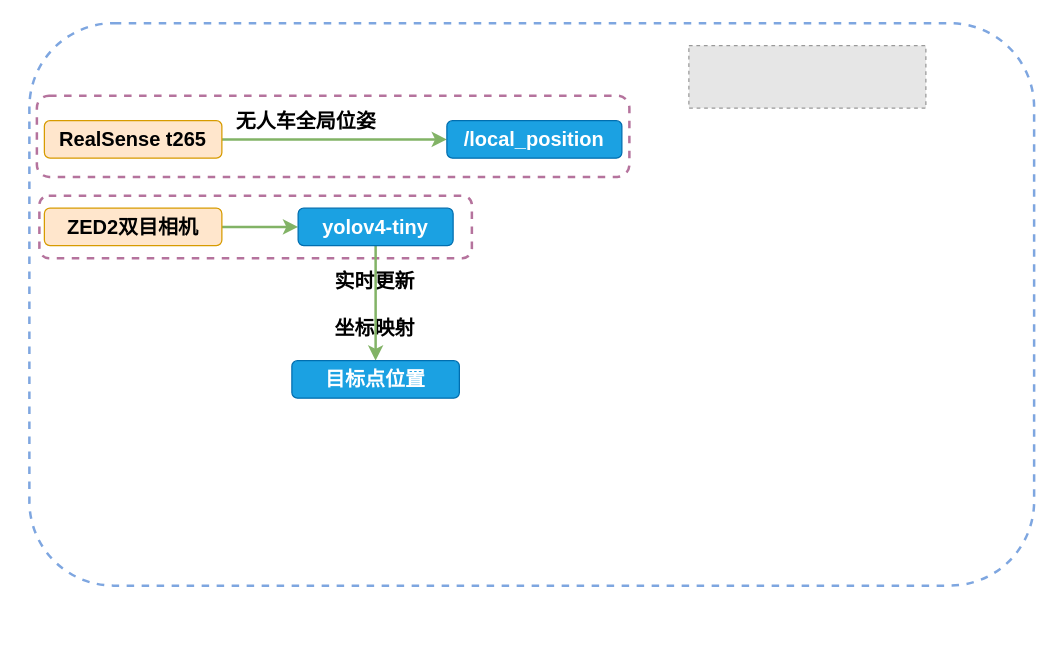
The draw.io diagram DIP.drawio in Dem-phi/Everlasting-HA.github.io, before the edit. Source tidied: cells renumbered, new cells numbered last; positions are measured from the earlier drawing's top-left corner, leaving out a move shared by most shapes. Both pictures are drawn from the tidied source at 125%, with x=0, y=0 at pixel (29, 22). Pictures stored in the file or linked from it are replaced by grey dashed boxes.
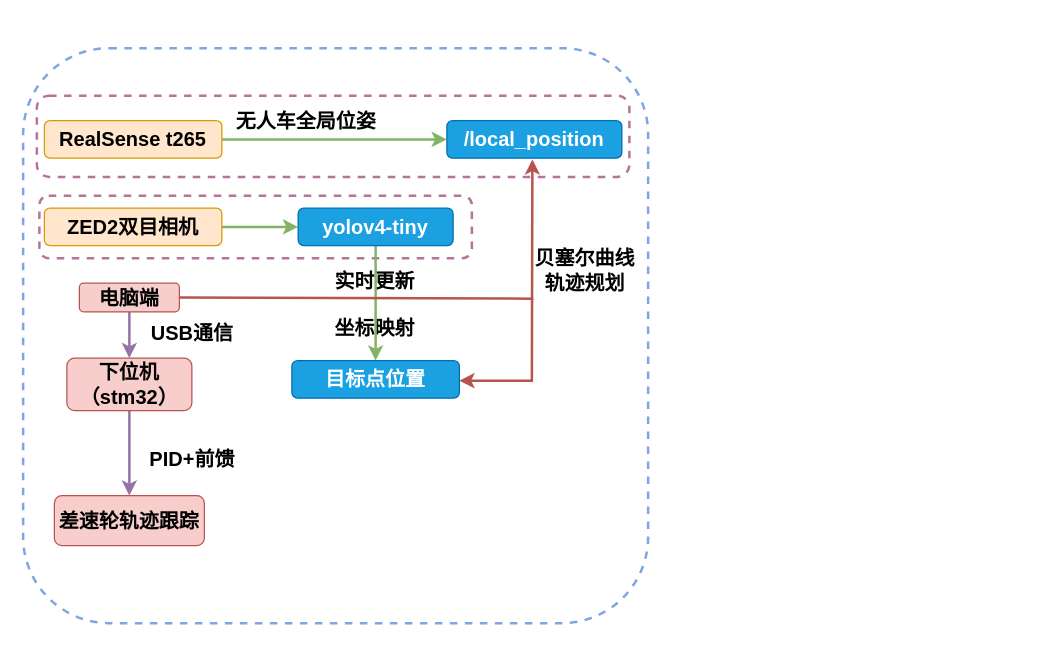
After the change.

The edit, as a diff of the source:
```diff
@@
     <mxCell id="2" style="rounded=1;whiteSpace=wrap;html=1;fontSize=16;fontColor=#FFFFFF;fillColor=none;gradientColor=#ffffff;dashed=1;strokeWidth=2;strokeColor=#7EA6E0;" parent="1" vertex="1">
-      <mxGeometry width="803.8" height="450" as="geometry" />
+      <mxGeometry x="-5" y="20" width="500" height="460" as="geometry" />
     </mxCell>
@@
-    <mxCell id="5" style="fillColor=#E6E6E6;strokeColor=#999999;dashed=1;verticalLabelPosition=bottom;labelBackgroundColor=default;verticalAlign=top;" parent="1" vertex="1">
-      <mxGeometry x="527.6" y="18" width="189.6" height="50" as="geometry" />
-    </mxCell>
@@
+    <mxCell id="16" style="edgeStyle=orthogonalEdgeStyle;rounded=0;jettySize=auto;html=1;strokeWidth=2;fillColor=#e1d5e7;strokeColor=#9673a6;" parent="1" edge="1" source="17" target="18">
+      <mxGeometry relative="1" as="geometry" />
+    </mxCell>
+    <mxCell id="17" value="下位机（stm32）" style="rounded=1;whiteSpace=wrap;html=1;fillColor=#f8cecc;strokeColor=#b85450;horizontal=1;fontSize=16;fontStyle=1;" parent="1" vertex="1">
+      <mxGeometry x="30" y="268" width="100" height="42" as="geometry" />
+    </mxCell>
+    <mxCell id="18" value="差速轮轨迹跟踪" style="rounded=1;whiteSpace=wrap;html=1;fillColor=#f8cecc;strokeColor=#b85450;horizontal=1;fontSize=16;fontStyle=1;" parent="1" vertex="1">
+      <mxGeometry x="20" y="378" width="120" height="40" as="geometry" />
+    </mxCell>
+    <mxCell id="19" value="&lt;b style=&quot;font-size: 16px&quot;&gt;PID+前馈&lt;/b&gt;" style="text;html=1;align=center;verticalAlign=middle;fillColor=none;strokeColor=none;rounded=0;fontSize=16;" parent="1" vertex="1">
+      <mxGeometry x="90" y="339" width="80" height="20" as="geometry" />
+    </mxCell>
+    <mxCell id="20" style="endArrow=classic;startArrow=classic;html=1;rounded=0;strokeWidth=2;entryX=0.579;entryY=1.02;entryDx=0;entryDy=0;entryPerimeter=0;fillColor=#f8cecc;strokeColor=#b85450;exitX=1;exitY=0.5;exitDx=0;exitDy=0;" parent="1" edge="1">
+      <mxGeometry relative="1" as="geometry">
+        <mxPoint x="344" y="286" as="sourcePoint" />
+        <mxPoint x="402.4" y="109" as="targetPoint" />
+        <Array as="points">
+          <mxPoint x="402" y="286" />
+        </Array>
+      </mxGeometry>
+    </mxCell>
+    <mxCell id="21" value="&lt;b style=&quot;font-size: 16px&quot;&gt;贝塞尔曲线&lt;br&gt;轨迹规划&lt;br&gt;&lt;/b&gt;" style="text;html=1;align=center;verticalAlign=middle;points=[];fillColor=none;strokeColor=none;rounded=0;fontSize=16;" parent="1" vertex="1">
+      <mxGeometry x="394" y="178" width="100" height="40" as="geometry" />
+    </mxCell>
+    <mxCell id="22" style="edgeStyle=orthogonalEdgeStyle;rounded=0;jettySize=auto;html=1;strokeWidth=2;fillColor=#e1d5e7;strokeColor=#9673a6;" parent="1" edge="1" source="23">
+      <mxGeometry relative="1" as="geometry">
+        <mxPoint x="80" y="268" as="targetPoint" />
+      </mxGeometry>
+    </mxCell>
+    <mxCell id="23" value="电脑端" style="rounded=1;whiteSpace=wrap;html=1;fillColor=#f8cecc;strokeColor=#b85450;horizontal=1;fontSize=16;fontStyle=1;" parent="1" vertex="1">
+      <mxGeometry x="40" y="208" width="80" height="23" as="geometry" />
+    </mxCell>
+    <mxCell id="24" value="&lt;b style=&quot;font-size: 16px&quot;&gt;USB通信&lt;/b&gt;" style="text;html=1;align=center;verticalAlign=middle;fillColor=none;strokeColor=none;rounded=0;fontSize=16;" parent="1" vertex="1">
+      <mxGeometry x="90" y="238" width="80" height="20" as="geometry" />
+    </mxCell>
+    <mxCell id="25" style="endArrow=none;html=1;rounded=0;strokeWidth=2;exitX=1;exitY=0.5;exitDx=0;exitDy=0;entryX=0.092;entryY=1.06;entryDx=0;entryDy=0;entryPerimeter=0;fillColor=#f8cecc;strokeColor=#b85450;" parent="1" edge="1" source="23" target="21">
+      <mxGeometry relative="1" as="geometry" />
+    </mxCell>
```
